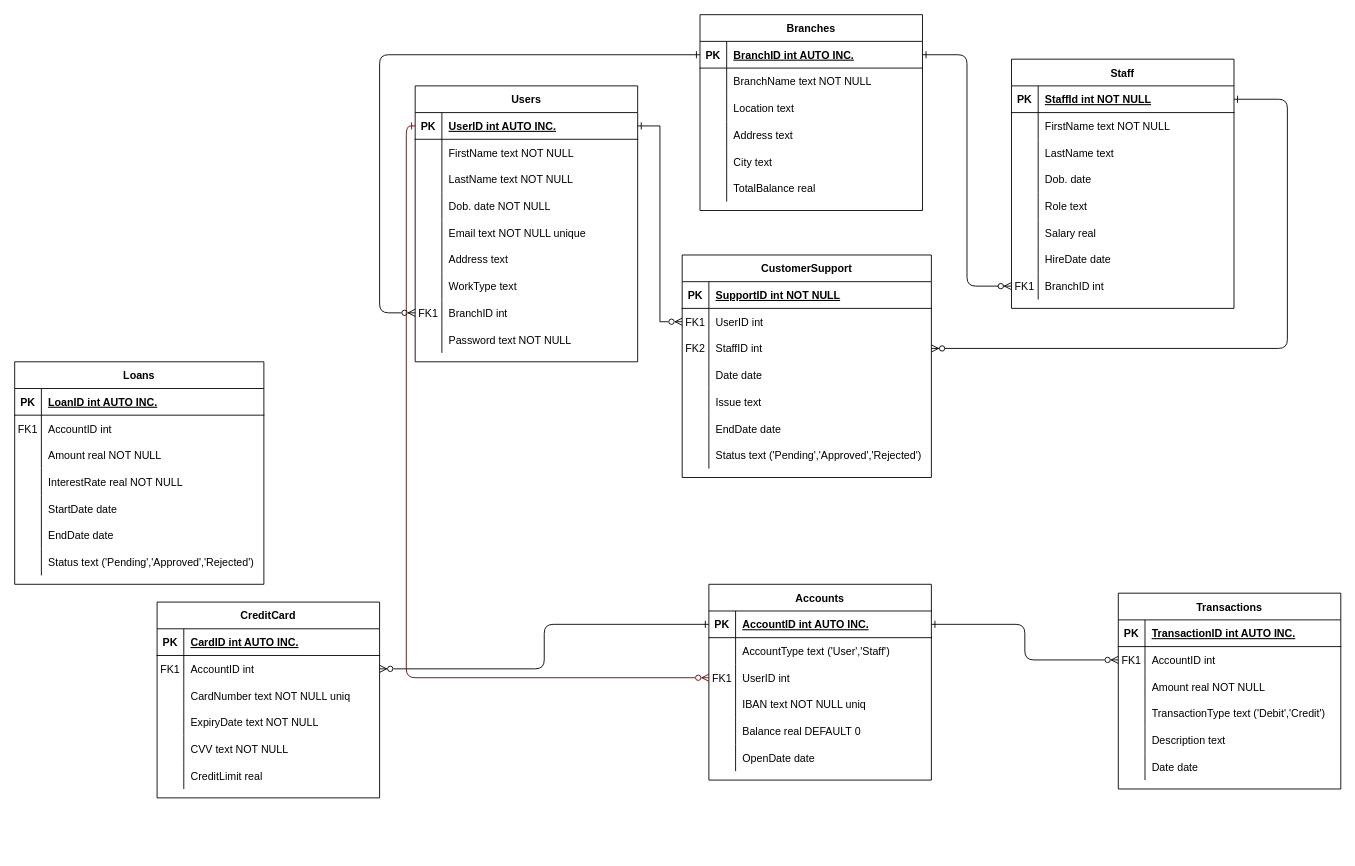
Before: NoteBank.drawio in Eneuss/NoteBank, a draw.io diagram. Source tidied: cells renumbered, new cells numbered last; positions are measured from the earlier drawing's top-left corner, leaving out a move shared by most shapes. Both pictures are drawn from the tidied source at 89%, with x=0, y=0 at pixel (14, 14).
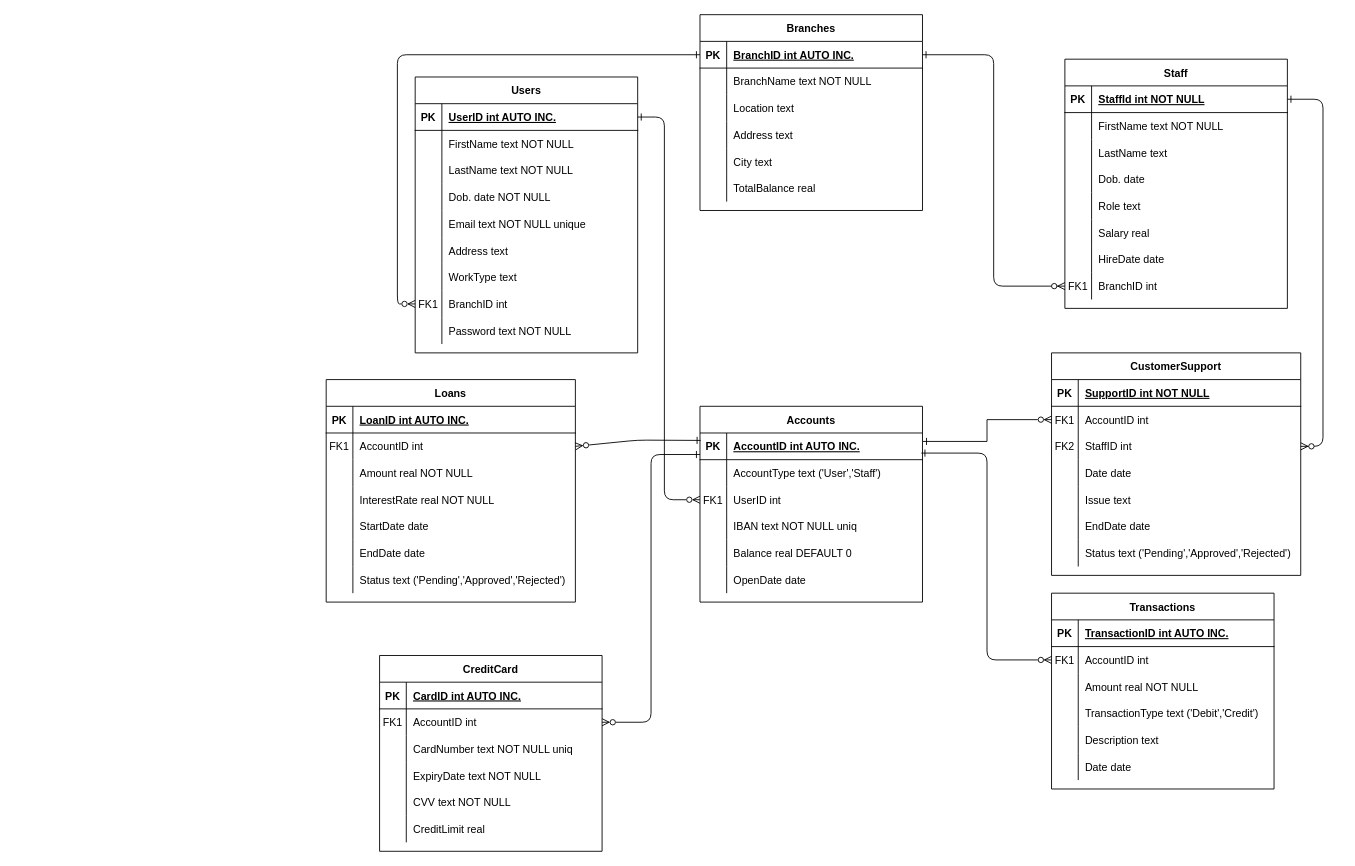
The same diagram, later.

The change refers to these unchanged cells:
```xml
<mxCell id="5" style="shape=partialRectangle;fillColor=none;points=[[0,0.5],[1,0.5]];portConstraint=eastwest;top=0;left=0;right=0;bottom=1;" parent="4" vertex="1">
  <mxGeometry y="30" width="250" height="30" as="geometry" />
</mxCell>
<mxCell id="33" style="shape=partialRectangle;fillColor=none;points=[[0,0.5],[1,0.5]];portConstraint=eastwest;top=0;left=0;right=0;bottom=0;" parent="29" vertex="1">
  <mxGeometry y="60" width="280" height="30" as="geometry" />
</mxCell>
<mxCell id="36" style="shape=partialRectangle;fillColor=none;points=[[0,0.5],[1,0.5]];portConstraint=eastwest;top=0;left=0;right=0;bottom=0;" parent="29" vertex="1">
  <mxGeometry y="90" width="280" height="30" as="geometry" />
</mxCell>
<mxCell id="52" style="shape=partialRectangle;fillColor=none;points=[[0,0.5],[1,0.5]];portConstraint=eastwest;top=0;left=0;right=0;bottom=1;" parent="51" vertex="1">
  <mxGeometry y="30" width="250" height="30" as="geometry" />
</mxCell>
<mxCell id="71" style="shape=partialRectangle;fillColor=none;points=[[0,0.5],[1,0.5]];portConstraint=eastwest;top=0;left=0;right=0;bottom=1;" parent="70" vertex="1">
  <mxGeometry y="30" width="250" height="30" as="geometry" />
</mxCell>
<mxCell id="92" style="shape=partialRectangle;fillColor=none;points=[[0,0.5],[1,0.5]];portConstraint=eastwest;top=0;left=0;right=0;bottom=0;" parent="70" vertex="1">
  <mxGeometry y="240" width="250" height="30" as="geometry" />
</mxCell>
<mxCell id="99" style="shape=partialRectangle;fillColor=none;points=[[0,0.5],[1,0.5]];portConstraint=eastwest;top=0;left=0;right=0;bottom=1;" parent="98" vertex="1">
  <mxGeometry y="30" width="250" height="30" as="geometry" />
</mxCell>
<mxCell id="105" style="shape=partialRectangle;fillColor=none;points=[[0,0.5],[1,0.5]];portConstraint=eastwest;top=0;left=0;right=0;bottom=0;" parent="98" vertex="1">
  <mxGeometry y="90" width="250" height="30" as="geometry" />
</mxCell>
<mxCell id="122" style="shape=partialRectangle;fillColor=none;points=[[0,0.5],[1,0.5]];portConstraint=eastwest;top=0;left=0;right=0;bottom=0;" parent="118" vertex="1">
  <mxGeometry y="60" width="250" height="30" as="geometry" />
</mxCell>
<mxCell id="142" style="shape=partialRectangle;fillColor=none;points=[[0,0.5],[1,0.5]];portConstraint=eastwest;top=0;left=0;right=0;bottom=0;" parent="138" vertex="1">
  <mxGeometry y="60" width="250" height="30" as="geometry" />
</mxCell>
<mxCell id="162" style="shape=partialRectangle;fillColor=none;points=[[0,0.5],[1,0.5]];portConstraint=eastwest;top=0;left=0;right=0;bottom=0;" parent="158" vertex="1">
  <mxGeometry y="60" width="280" height="30" as="geometry" />
</mxCell>
```

Change to the diagram source:
```diff
@@
     <mxCell id="3" style="edgeStyle=orthogonalEdgeStyle;endArrow=ERzeroToMany;startArrow=ERone;endFill=1;startFill=0;entryX=1;entryY=0.5;entryDx=0;entryDy=0;" parent="1" edge="1" source="5" target="36">
       <mxGeometry relative="1" as="geometry">
         <Array as="points">
-          <mxPoint x="1430" y="95" />
-          <mxPoint x="1430" y="375" />
+          <mxPoint x="1470" y="95" />
+          <mxPoint x="1470" y="485" />
         </Array>
       </mxGeometry>
     </mxCell>
     <mxCell id="4" value="Staff" style="shape=table;startSize=30;childLayout=tableLayout;rowLines=0;fontStyle=1;align=center;" parent="1" vertex="1">
-      <mxGeometry x="1120" y="50" width="250" height="280" as="geometry" />
+      <mxGeometry x="1180" y="50" width="250" height="280" as="geometry" />
     </mxCell>
@@
     <mxCell id="29" value="CustomerSupport" style="shape=table;startSize=30;childLayout=tableLayout;rowLines=0;fontStyle=1;align=center;" parent="1" vertex="1">
-      <mxGeometry x="750" y="270" width="280" height="250" as="geometry" />
+      <mxGeometry x="1165" y="380" width="280" height="250" as="geometry" />
     </mxCell>
@@
-    <mxCell id="35" value="UserID int" style="shape=partialRectangle;overflow=hidden;fillColor=none;top=0;left=0;bottom=0;right=0;align=left;spacingLeft=6;" parent="33" vertex="1">
+    <mxCell id="35" value="AccountID int" style="shape=partialRectangle;overflow=hidden;fillColor=none;top=0;left=0;bottom=0;right=0;align=left;spacingLeft=6;" parent="33" vertex="1">
       <mxGeometry x="30" width="250" height="30" as="geometry" />
     </mxCell>
@@
     <mxCell id="70" value="Users" style="shape=table;startSize=30;childLayout=tableLayout;rowLines=0;fontStyle=1;align=center;" parent="1" vertex="1">
-      <mxGeometry x="450" y="80" width="250" height="310" as="geometry" />
+      <mxGeometry x="450" y="70" width="250" height="310" as="geometry" />
     </mxCell>
@@
     <mxCell id="98" value="Accounts" style="shape=table;startSize=30;childLayout=tableLayout;rowLines=0;fontStyle=1;align=center;" parent="1" vertex="1">
-      <mxGeometry x="780" y="640" width="250" height="220" as="geometry" />
+      <mxGeometry x="770" y="440" width="250" height="220" as="geometry" />
     </mxCell>
@@
-    <mxCell id="117" style="edgeStyle=orthogonalEdgeStyle;rounded=1;jettySize=auto;html=1;exitX=0;exitY=0.5;exitDx=0;exitDy=0;entryX=0;entryY=0.5;entryDx=0;entryDy=0;endArrow=ERzeroToMany;endFill=0;curved=0;startArrow=ERone;startFill=0;" parent="1" edge="1" source="52" target="92">
-      <mxGeometry relative="1" as="geometry">
-        <Array as="points">
-          <mxPoint x="410" y="45" />
-          <mxPoint x="410" y="335" />
-        </Array>
-      </mxGeometry>
+    <mxCell id="117" style="edgeStyle=orthogonalEdgeStyle;rounded=1;jettySize=auto;html=1;exitX=0;exitY=0.5;exitDx=0;exitDy=0;endArrow=ERzeroToMany;endFill=0;curved=0;startArrow=ERone;startFill=0;entryX=0;entryY=0.5;entryDx=0;entryDy=0;" parent="1" edge="1" source="52" target="92">
+      <mxGeometry relative="1" as="geometry" />
     </mxCell>
     <mxCell id="118" value="Transactions" style="shape=table;startSize=30;childLayout=tableLayout;rowLines=0;fontStyle=1;align=center;" parent="1" vertex="1">
-      <mxGeometry x="1240" y="650" width="250" height="220" as="geometry" />
+      <mxGeometry x="1165" y="650" width="250" height="220" as="geometry" />
     </mxCell>
@@
-    <mxCell id="137" style="endArrow=ERzeroToMany;html=1;rounded=1;exitX=1;exitY=0.5;exitDx=0;exitDy=0;entryX=0;entryY=0.5;entryDx=0;entryDy=0;startArrow=ERone;startFill=0;endFill=0;edgeStyle=orthogonalEdgeStyle;curved=0;" parent="1" edge="1" source="99" target="122">
+    <mxCell id="137" style="endArrow=ERzeroToMany;html=1;rounded=1;exitX=0.995;exitY=0.753;exitDx=0;exitDy=0;entryX=0;entryY=0.5;entryDx=0;entryDy=0;startArrow=ERone;startFill=0;endFill=0;edgeStyle=orthogonalEdgeStyle;curved=0;exitPerimeter=0;" parent="1" edge="1" source="99" target="122">
       <mxGeometry relative="1" as="geometry" />
     </mxCell>
     <mxCell id="138" value="CreditCard" style="shape=table;startSize=30;childLayout=tableLayout;rowLines=0;fontStyle=1;align=center;" parent="1" vertex="1">
-      <mxGeometry x="160" y="660" width="250" height="220" as="geometry" />
+      <mxGeometry x="410" y="720" width="250" height="220" as="geometry" />
     </mxCell>
@@
-    <mxCell id="157" style="endArrow=ERzeroToMany;html=1;rounded=1;exitX=0;exitY=0.5;exitDx=0;exitDy=0;entryX=1;entryY=0.5;entryDx=0;entryDy=0;startArrow=ERone;startFill=0;endFill=0;edgeStyle=orthogonalEdgeStyle;curved=0;" parent="1" edge="1" source="99" target="142">
+    <mxCell id="157" style="endArrow=ERzeroToMany;html=1;rounded=1;exitX=0;exitY=0.806;exitDx=0;exitDy=0;entryX=1;entryY=0.5;entryDx=0;entryDy=0;startArrow=ERone;startFill=0;endFill=0;edgeStyle=orthogonalEdgeStyle;curved=0;exitPerimeter=0;" parent="1" edge="1" source="99" target="142">
       <mxGeometry relative="1" as="geometry" />
     </mxCell>
     <mxCell id="158" value="Loans" style="shape=table;startSize=30;childLayout=tableLayout;rowLines=0;fontStyle=1;align=center;" parent="1" vertex="1">
-      <mxGeometry y="390" width="280" height="250" as="geometry" />
+      <mxGeometry x="350" y="410" width="280" height="250" as="geometry" />
     </mxCell>
@@
-    <mxCell id="180" style="endArrow=ERzeroToMany;html=1;rounded=1;exitX=0;exitY=0.5;exitDx=0;exitDy=0;startArrow=ERone;startFill=0;endFill=0;edgeStyle=orthogonalEdgeStyle;curved=0;entryX=0;entryY=0.5;entryDx=0;entryDy=0;fillColor=#a20025;strokeColor=#6F0000;" parent="1" edge="1" source="71" target="105">
-      <mxGeometry relative="1" as="geometry" />
+    <mxCell id="180" style="endArrow=ERzeroToMany;html=1;rounded=1;startArrow=ERone;startFill=0;endFill=0;edgeStyle=orthogonalEdgeStyle;curved=0;entryX=0;entryY=0.5;entryDx=0;entryDy=0;exitX=1;exitY=0.5;exitDx=0;exitDy=0;" parent="1" edge="1" source="71" target="105">
+      <mxGeometry relative="1" as="geometry">
+        <Array as="points">
+          <mxPoint x="730" y="115" />
+          <mxPoint x="730" y="545" />
+        </Array>
+      </mxGeometry>
     </mxCell>
-    <mxCell id="181" style="edgeStyle=orthogonalEdgeStyle;rounded=0;jettySize=auto;html=1;entryX=1;entryY=0.5;entryDx=0;entryDy=0;startArrow=ERzeroToMany;startFill=0;endArrow=ERone;endFill=0;" parent="1" edge="1" source="33" target="71">
+    <mxCell id="181" style="edgeStyle=orthogonalEdgeStyle;rounded=0;jettySize=auto;html=1;startArrow=ERzeroToMany;startFill=0;endArrow=ERone;endFill=0;entryX=1.002;entryY=0.316;entryDx=0;entryDy=0;entryPerimeter=0;exitX=0;exitY=0.5;exitDx=0;exitDy=0;" parent="1" edge="1" source="33" target="99">
       <mxGeometry relative="1" as="geometry" />
     </mxCell>
+    <mxCell id="182" style="endArrow=ERone;html=1;rounded=1;exitX=1;exitY=0.5;exitDx=0;exitDy=0;entryX=0.003;entryY=0.278;entryDx=0;entryDy=0;entryPerimeter=0;startArrow=ERzeroToMany;startFill=0;endFill=0;curved=0;" parent="1" edge="1" source="162" target="99">
+      <mxGeometry relative="1" as="geometry">
+        <Array as="points">
+          <mxPoint x="700" y="478" />
+        </Array>
+      </mxGeometry>
+    </mxCell>
```
